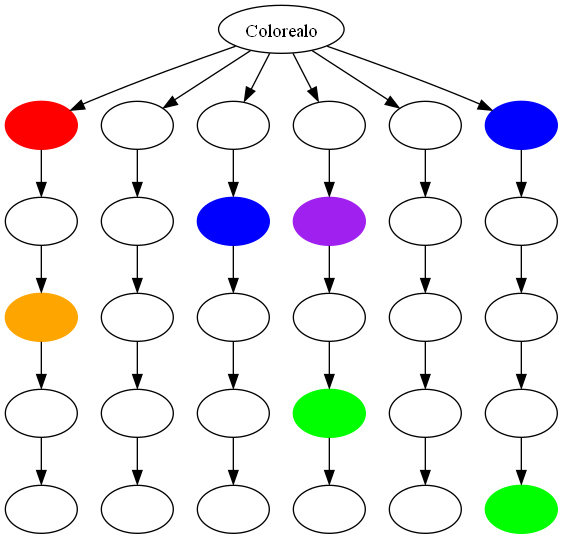
The Graphviz diagram tablero.png in Gonzalo115/IPC2_Practica1_202211515, before a commit. Its source is kept beside it as tablero.dot. Source of this version:
```dot
digraph G {
"senales_Coloreado" [label="Colorealo", shape=ellipse, color=black];
"senales_Coloreado_item_1_1" [label=" ", shape=ellipse,color=red,style=filled,fillcolor=red];
"senales_Coloreado" -> "senales_Coloreado_item_1_1";
"senales_Coloreado_item_2_1" [label=" ", shape=ellipse, color=black];
"senales_Coloreado_item_1_1" -> "senales_Coloreado_item_2_1";
"senales_Coloreado_item_3_1" [label=" ", shape=ellipse,color=orange,style=filled,fillcolor=orange];
"senales_Coloreado_item_2_1" -> "senales_Coloreado_item_3_1";
"senales_Coloreado_item_4_1" [label=" ", shape=ellipse, color=black];
"senales_Coloreado_item_3_1" -> "senales_Coloreado_item_4_1";
"senales_Coloreado_item_5_1" [label=" ", shape=ellipse, color=black];
"senales_Coloreado_item_4_1" -> "senales_Coloreado_item_5_1";
"senales_Coloreado_item_1_2" [label=" ", shape=ellipse, color=black];
"senales_Coloreado" -> "senales_Coloreado_item_1_2";
"senales_Coloreado_item_2_2" [label=" ", shape=ellipse, color=black];
"senales_Coloreado_item_1_2" -> "senales_Coloreado_item_2_2";
"senales_Coloreado_item_3_2" [label=" ", shape=ellipse, color=black];
"senales_Coloreado_item_2_2" -> "senales_Coloreado_item_3_2";
"senales_Coloreado_item_4_2" [label=" ", shape=ellipse, color=black];
"senales_Coloreado_item_3_2" -> "senales_Coloreado_item_4_2";
"senales_Coloreado_item_5_2" [label=" ", shape=ellipse, color=black];
"senales_Coloreado_item_4_2" -> "senales_Coloreado_item_5_2";
"senales_Coloreado_item_1_3" [label=" ", shape=ellipse, color=black];
"senales_Coloreado" -> "senales_Coloreado_item_1_3";
"senales_Coloreado_item_2_3" [label=" ", shape=ellipse,color=blue,style=filled,fillcolor=blue];
"senales_Coloreado_item_1_3" -> "senales_Coloreado_item_2_3";
"senales_Coloreado_item_3_3" [label=" ", shape=ellipse, color=black];
"senales_Coloreado_item_2_3" -> "senales_Coloreado_item_3_3";
"senales_Coloreado_item_4_3" [label=" ", shape=ellipse, color=black];
"senales_Coloreado_item_3_3" -> "senales_Coloreado_item_4_3";
"senales_Coloreado_item_5_3" [label=" ", shape=ellipse, color=black];
"senales_Coloreado_item_4_3" -> "senales_Coloreado_item_5_3";
"senales_Coloreado_item_1_4" [label=" ", shape=ellipse, color=black];
"senales_Coloreado" -> "senales_Coloreado_item_1_4";
"senales_Coloreado_item_2_4" [label=" ", shape=ellipse,color=purple,style=filled,fillcolor=purple];
"senales_Coloreado_item_1_4" -> "senales_Coloreado_item_2_4";
"senales_Coloreado_item_3_4" [label=" ", shape=ellipse, color=black];
"senales_Coloreado_item_2_4" -> "senales_Coloreado_item_3_4";
"senales_Coloreado_item_4_4" [label=" ", shape=ellipse,color=green,style=filled,fillcolor=green];
"senales_Coloreado_item_3_4" -> "senales_Coloreado_item_4_4";
"senales_Coloreado_item_5_4" [label=" ", shape=ellipse, color=black];
"senales_Coloreado_item_4_4" -> "senales_Coloreado_item_5_4";
"senales_Coloreado_item_1_5" [label=" ", shape=ellipse, color=black];
"senales_Coloreado" -> "senales_Coloreado_item_1_5";
"senales_Coloreado_item_2_5" [label=" ", shape=ellipse, color=black];
"senales_Coloreado_item_1_5" -> "senales_Coloreado_item_2_5";
"senales_Coloreado_item_3_5" [label=" ", shape=ellipse, color=black];
"senales_Coloreado_item_2_5" -> "senales_Coloreado_item_3_5";
"senales_Coloreado_item_4_5" [label=" ", shape=ellipse, color=black];
"senales_Coloreado_item_3_5" -> "senales_Coloreado_item_4_5";
"senales_Coloreado_item_5_5" [label=" ", shape=ellipse, color=black];
"senales_Coloreado_item_4_5" -> "senales_Coloreado_item_5_5";
"senales_Coloreado_item_1_6" [label=" ", shape=ellipse,color=blue,style=filled,fillcolor=blue];
"senales_Coloreado" -> "senales_Coloreado_item_1_6";
"senales_Coloreado_item_2_6" [label=" ", shape=ellipse, color=black];
"senales_Coloreado_item_1_6" -> "senales_Coloreado_item_2_6";
"senales_Coloreado_item_3_6" [label=" ", shape=ellipse, color=black];
"senales_Coloreado_item_2_6" -> "senales_Coloreado_item_3_6";
"senales_Coloreado_item_4_6" [label=" ", shape=ellipse, color=black];
"senales_Coloreado_item_3_6" -> "senales_Coloreado_item_4_6";
"senales_Coloreado_item_5_6" [label=" ", shape=ellipse,color=green,style=filled,fillcolor=green];
"senales_Coloreado_item_4_6" -> "senales_Coloreado_item_5_6";
}
```
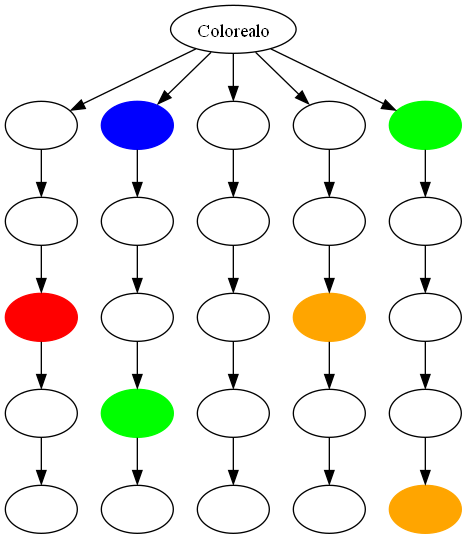
The same diagram one commit later.

Change to the diagram source:
```diff
@@ -1,28 +1,28 @@
 digraph G {
 "senales_Coloreado" [label="Colorealo", shape=ellipse, color=black];
-"senales_Coloreado_item_1_1" [label=" ", shape=ellipse,color=red,style=filled,fillcolor=red];
+"senales_Coloreado_item_1_1" [label=" ", shape=ellipse, color=black];
 "senales_Coloreado" -> "senales_Coloreado_item_1_1";
 "senales_Coloreado_item_2_1" [label=" ", shape=ellipse, color=black];
 "senales_Coloreado_item_1_1" -> "senales_Coloreado_item_2_1";
-"senales_Coloreado_item_3_1" [label=" ", shape=ellipse,color=orange,style=filled,fillcolor=orange];
+"senales_Coloreado_item_3_1" [label=" ", shape=ellipse,color=red,style=filled,fillcolor=red];
 "senales_Coloreado_item_2_1" -> "senales_Coloreado_item_3_1";
 "senales_Coloreado_item_4_1" [label=" ", shape=ellipse, color=black];
 "senales_Coloreado_item_3_1" -> "senales_Coloreado_item_4_1";
 "senales_Coloreado_item_5_1" [label=" ", shape=ellipse, color=black];
 "senales_Coloreado_item_4_1" -> "senales_Coloreado_item_5_1";
-"senales_Coloreado_item_1_2" [label=" ", shape=ellipse, color=black];
+"senales_Coloreado_item_1_2" [label=" ", shape=ellipse,color=blue,style=filled,fillcolor=blue];
 "senales_Coloreado" -> "senales_Coloreado_item_1_2";
 "senales_Coloreado_item_2_2" [label=" ", shape=ellipse, color=black];
 "senales_Coloreado_item_1_2" -> "senales_Coloreado_item_2_2";
 "senales_Coloreado_item_3_2" [label=" ", shape=ellipse, color=black];
 "senales_Coloreado_item_2_2" -> "senales_Coloreado_item_3_2";
-"senales_Coloreado_item_4_2" [label=" ", shape=ellipse, color=black];
+"senales_Coloreado_item_4_2" [label=" ", shape=ellipse,color=green,style=filled,fillcolor=green];
 "senales_Coloreado_item_3_2" -> "senales_Coloreado_item_4_2";
 "senales_Coloreado_item_5_2" [label=" ", shape=ellipse, color=black];
 "senales_Coloreado_item_4_2" -> "senales_Coloreado_item_5_2";
 "senales_Coloreado_item_1_3" [label=" ", shape=ellipse, color=black];
 "senales_Coloreado" -> "senales_Coloreado_item_1_3";
-"senales_Coloreado_item_2_3" [label=" ", shape=ellipse,color=blue,style=filled,fillcolor=blue];
+"senales_Coloreado_item_2_3" [label=" ", shape=ellipse, color=black];
 "senales_Coloreado_item_1_3" -> "senales_Coloreado_item_2_3";
 "senales_Coloreado_item_3_3" [label=" ", shape=ellipse, color=black];
 "senales_Coloreado_item_2_3" -> "senales_Coloreado_item_3_3";
@@ -32,15 +32,15 @@
 "senales_Coloreado_item_4_3" -> "senales_Coloreado_item_5_3";
 "senales_Coloreado_item_1_4" [label=" ", shape=ellipse, color=black];
 "senales_Coloreado" -> "senales_Coloreado_item_1_4";
-"senales_Coloreado_item_2_4" [label=" ", shape=ellipse,color=purple,style=filled,fillcolor=purple];
+"senales_Coloreado_item_2_4" [label=" ", shape=ellipse, color=black];
 "senales_Coloreado_item_1_4" -> "senales_Coloreado_item_2_4";
-"senales_Coloreado_item_3_4" [label=" ", shape=ellipse, color=black];
+"senales_Coloreado_item_3_4" [label=" ", shape=ellipse,color=orange,style=filled,fillcolor=orange];
 "senales_Coloreado_item_2_4" -> "senales_Coloreado_item_3_4";
-"senales_Coloreado_item_4_4" [label=" ", shape=ellipse,color=green,style=filled,fillcolor=green];
+"senales_Coloreado_item_4_4" [label=" ", shape=ellipse, color=black];
 "senales_Coloreado_item_3_4" -> "senales_Coloreado_item_4_4";
 "senales_Coloreado_item_5_4" [label=" ", shape=ellipse, color=black];
 "senales_Coloreado_item_4_4" -> "senales_Coloreado_item_5_4";
-"senales_Coloreado_item_1_5" [label=" ", shape=ellipse, color=black];
+"senales_Coloreado_item_1_5" [label=" ", shape=ellipse,color=green,style=filled,fillcolor=green];
 "senales_Coloreado" -> "senales_Coloreado_item_1_5";
 "senales_Coloreado_item_2_5" [label=" ", shape=ellipse, color=black];
 "senales_Coloreado_item_1_5" -> "senales_Coloreado_item_2_5";
@@ -48,16 +48,6 @@
 "senales_Coloreado_item_2_5" -> "senales_Coloreado_item_3_5";
 "senales_Coloreado_item_4_5" [label=" ", shape=ellipse, color=black];
 "senales_Coloreado_item_3_5" -> "senales_Coloreado_item_4_5";
-"senales_Coloreado_item_5_5" [label=" ", shape=ellipse, color=black];
+"senales_Coloreado_item_5_5" [label=" ", shape=ellipse,color=orange,style=filled,fillcolor=orange];
 "senales_Coloreado_item_4_5" -> "senales_Coloreado_item_5_5";
-"senales_Coloreado_item_1_6" [label=" ", shape=ellipse,color=blue,style=filled,fillcolor=blue];
-"senales_Coloreado" -> "senales_Coloreado_item_1_6";
-"senales_Coloreado_item_2_6" [label=" ", shape=ellipse, color=black];
-"senales_Coloreado_item_1_6" -> "senales_Coloreado_item_2_6";
-"senales_Coloreado_item_3_6" [label=" ", shape=ellipse, color=black];
-"senales_Coloreado_item_2_6" -> "senales_Coloreado_item_3_6";
-"senales_Coloreado_item_4_6" [label=" ", shape=ellipse, color=black];
-"senales_Coloreado_item_3_6" -> "senales_Coloreado_item_4_6";
-"senales_Coloreado_item_5_6" [label=" ", shape=ellipse,color=green,style=filled,fillcolor=green];
-"senales_Coloreado_item_4_6" -> "senales_Coloreado_item_5_6";
 }
```
